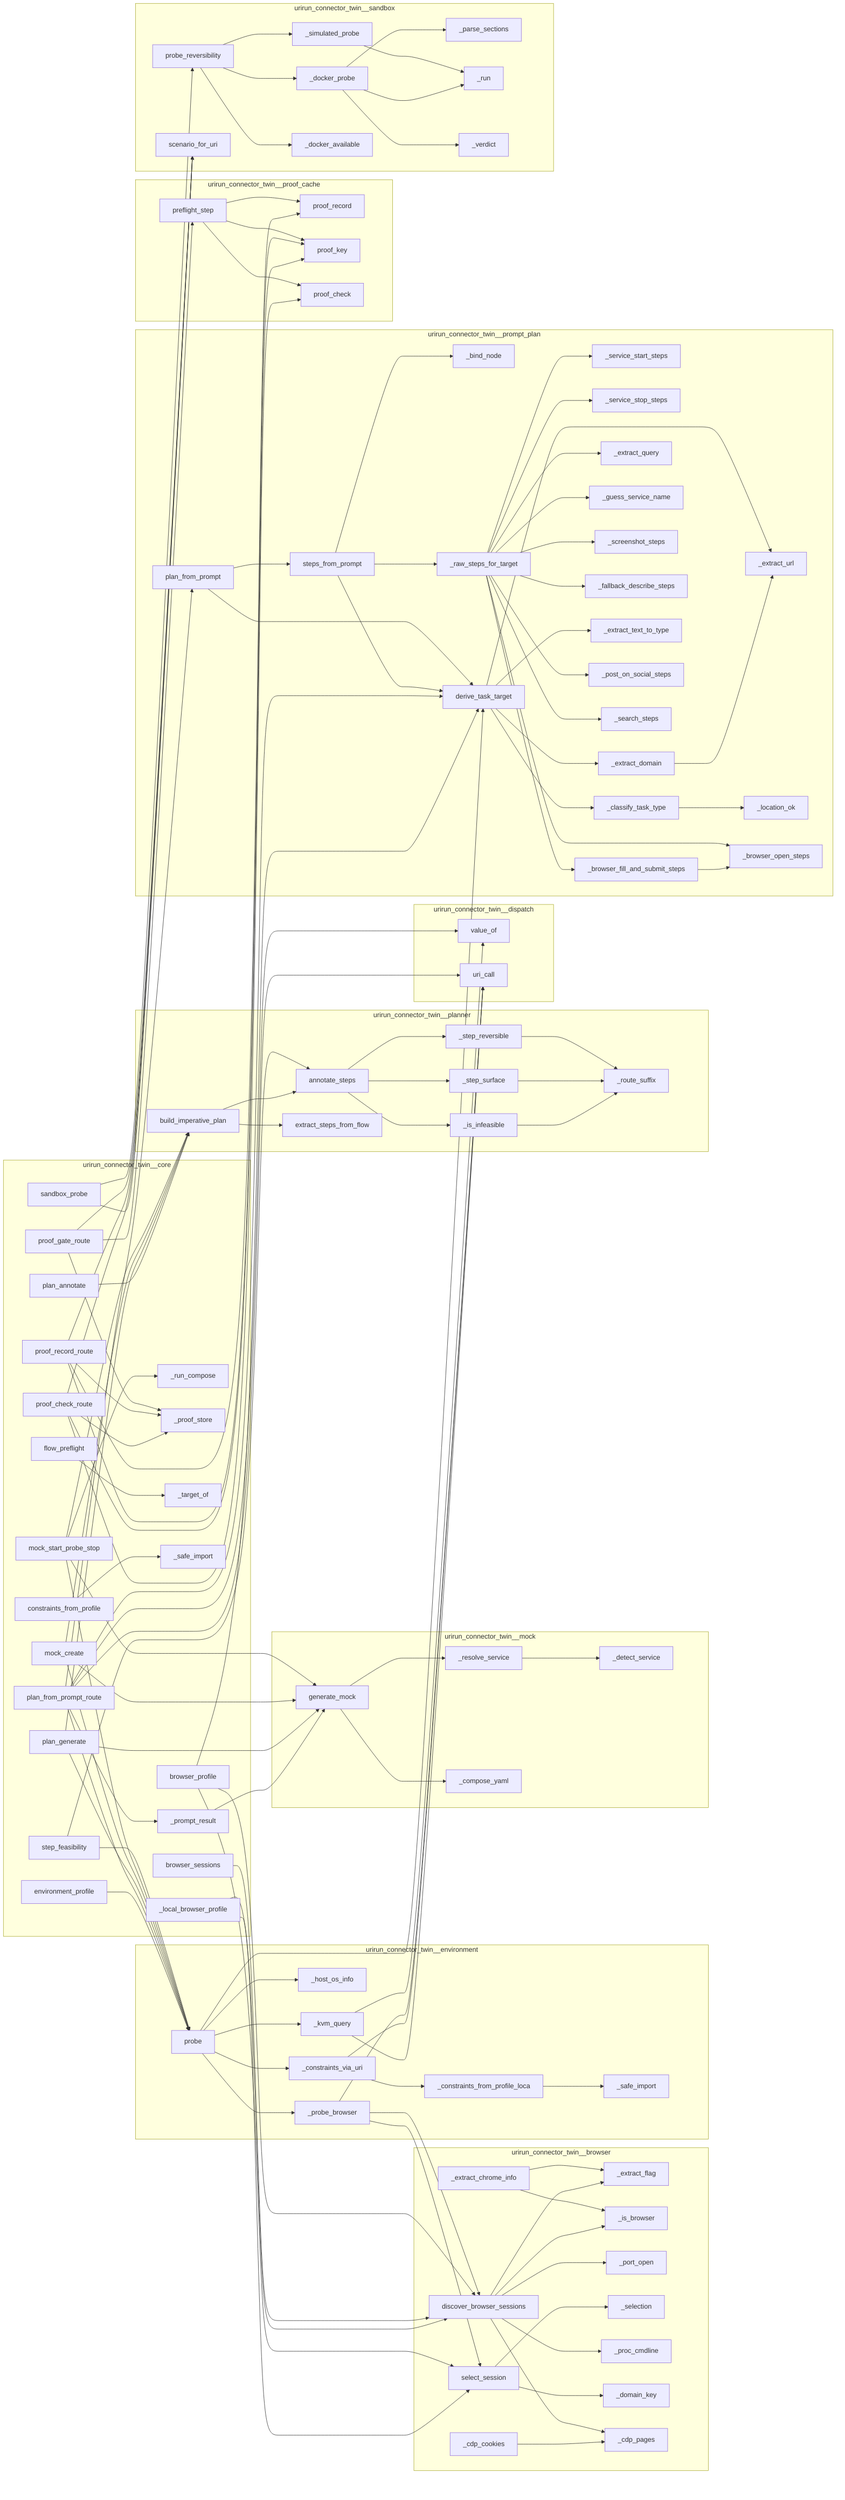
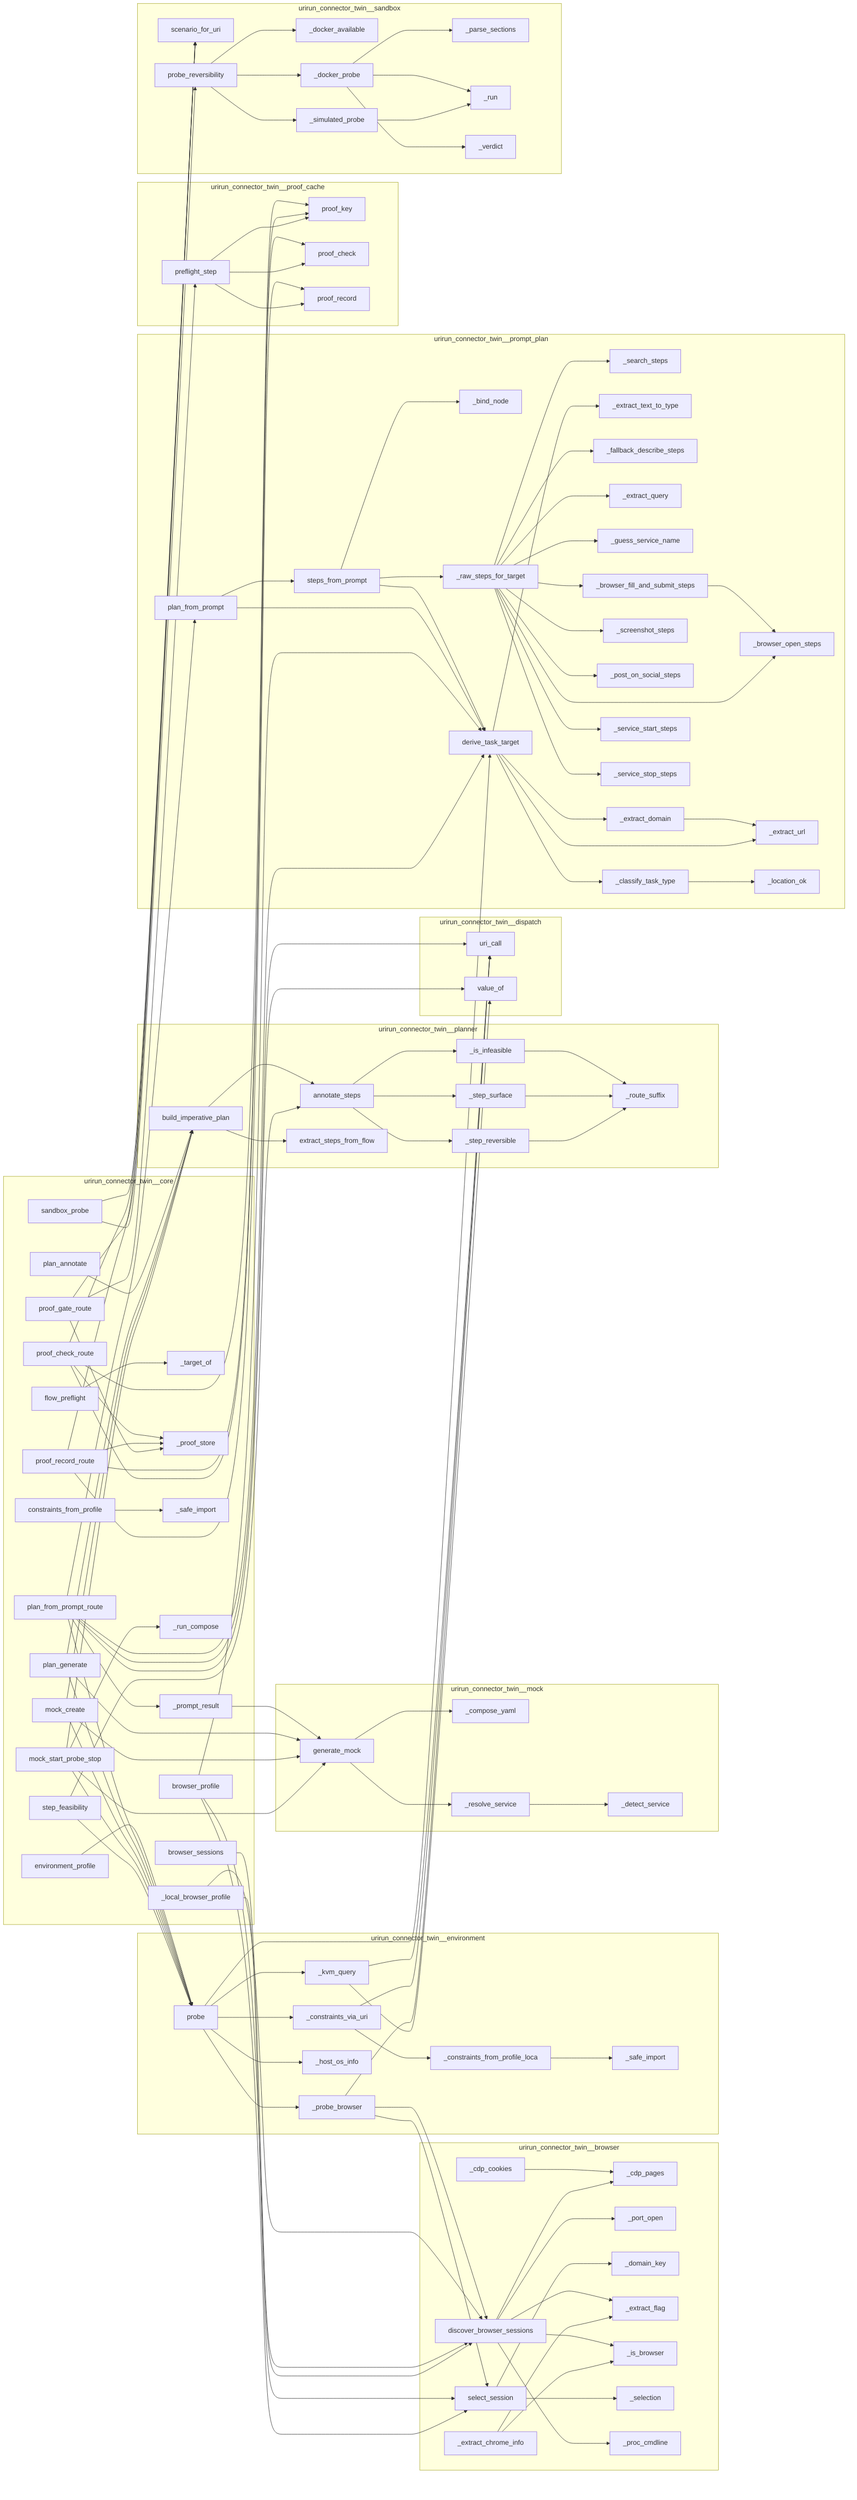
flowchart LR
%% generated in 0.00s
    subgraph urirun_connector_twin__browser
+         urirun_connector_twin__browser___cdp_pages["_cdp_pages"]
+         urirun_connector_twin__browser___port_open["_port_open"]
+         urirun_connector_twin__browser___cdp_cookies["_cdp_cookies"]
+         urirun_connector_twin__browser___domain_key["_domain_key"]
        urirun_connector_twin__browser___extract_flag["_extract_flag"]
        urirun_connector_twin__browser__select_session["select_session"]
+         urirun_connector_twin__browser__discover_browser_sessions["discover_browser_sessions"]
        urirun_connector_twin__browser___is_browser["_is_browser"]
-         urirun_connector_twin__browser___port_open["_port_open"]
+         urirun_connector_twin__browser___selection["_selection"]
        urirun_connector_twin__browser___extract_chrome_info["_extract_chrome_info"]
-         urirun_connector_twin__browser___selection["_selection"]
-         urirun_connector_twin__browser__discover_browser_sessions["discover_browser_sessions"]
        urirun_connector_twin__browser___proc_cmdline["_proc_cmdline"]
-         urirun_connector_twin__browser___domain_key["_domain_key"]
-         urirun_connector_twin__browser___cdp_cookies["_cdp_cookies"]
-         urirun_connector_twin__browser___cdp_pages["_cdp_pages"]
    end
    subgraph urirun_connector_twin__core
+         urirun_connector_twin__core___target_of["_target_of"]
+         urirun_connector_twin__core__sandbox_probe["sandbox_probe"]
+         urirun_connector_twin__core__mock_create["mock_create"]
+         urirun_connector_twin__core__browser_sessions["browser_sessions"]
+         urirun_connector_twin__core__plan_generate["plan_generate"]
+         urirun_connector_twin__core___proof_store["_proof_store"]
+         urirun_connector_twin__core__mock_start_probe_stop["mock_start_probe_stop"]
+         urirun_connector_twin__core__proof_gate_route["proof_gate_route"]
+         urirun_connector_twin__core___prompt_result["_prompt_result"]
+         urirun_connector_twin__core__browser_profile["browser_profile"]
+         urirun_connector_twin__core__constraints_from_profile["constraints_from_profile"]
+         urirun_connector_twin__core__step_feasibility["step_feasibility"]
+         urirun_connector_twin__core___safe_import["_safe_import"]
+         urirun_connector_twin__core___local_browser_profile["_local_browser_profile"]
+         urirun_connector_twin__core__proof_check_route["proof_check_route"]
        urirun_connector_twin__core__plan_annotate["plan_annotate"]
        urirun_connector_twin__core___run_compose["_run_compose"]
-         urirun_connector_twin__core___proof_store["_proof_store"]
+         urirun_connector_twin__core__flow_preflight["flow_preflight"]
+         urirun_connector_twin__core__plan_from_prompt_route["plan_from_prompt_route"]
+         urirun_connector_twin__core__environment_profile["environment_profile"]
        urirun_connector_twin__core__proof_record_route["proof_record_route"]
-         urirun_connector_twin__core__sandbox_probe["sandbox_probe"]
-         urirun_connector_twin__core__browser_profile["browser_profile"]
-         urirun_connector_twin__core___target_of["_target_of"]
-         urirun_connector_twin__core__flow_preflight["flow_preflight"]
-         urirun_connector_twin__core__plan_generate["plan_generate"]
-         urirun_connector_twin__core__constraints_from_profile["constraints_from_profile"]
-         urirun_connector_twin__core__plan_from_prompt_route["plan_from_prompt_route"]
-         urirun_connector_twin__core__proof_check_route["proof_check_route"]
-         urirun_connector_twin__core___local_browser_profile["_local_browser_profile"]
-         urirun_connector_twin__core__browser_sessions["browser_sessions"]
-         urirun_connector_twin__core__step_feasibility["step_feasibility"]
-         urirun_connector_twin__core__mock_create["mock_create"]
-         urirun_connector_twin__core___safe_import["_safe_import"]
-         urirun_connector_twin__core___prompt_result["_prompt_result"]
-         urirun_connector_twin__core__proof_gate_route["proof_gate_route"]
-         urirun_connector_twin__core__mock_start_probe_stop["mock_start_probe_stop"]
-         urirun_connector_twin__core__environment_profile["environment_profile"]
    end
    subgraph urirun_connector_twin__dispatch
+         urirun_connector_twin__dispatch__uri_call["uri_call"]
        urirun_connector_twin__dispatch__value_of["value_of"]
-         urirun_connector_twin__dispatch__uri_call["uri_call"]
    end
    subgraph urirun_connector_twin__environment
-         urirun_connector_twin__environment___constraints_from_profile_local["_constraints_from_profile_loca"]
+         urirun_connector_twin__environment___probe_browser["_probe_browser"]
        urirun_connector_twin__environment___safe_import["_safe_import"]
        urirun_connector_twin__environment___kvm_query["_kvm_query"]
+         urirun_connector_twin__environment___constraints_from_profile_local["_constraints_from_profile_loca"]
+         urirun_connector_twin__environment___constraints_via_uri["_constraints_via_uri"]
        urirun_connector_twin__environment___host_os_info["_host_os_info"]
        urirun_connector_twin__environment__probe["probe"]
-         urirun_connector_twin__environment___constraints_via_uri["_constraints_via_uri"]
-         urirun_connector_twin__environment___probe_browser["_probe_browser"]
    end
    subgraph urirun_connector_twin__mock
+         urirun_connector_twin__mock___detect_service["_detect_service"]
+         urirun_connector_twin__mock___compose_yaml["_compose_yaml"]
+         urirun_connector_twin__mock__generate_mock["generate_mock"]
        urirun_connector_twin__mock___resolve_service["_resolve_service"]
-         urirun_connector_twin__mock___detect_service["_detect_service"]
-         urirun_connector_twin__mock__generate_mock["generate_mock"]
-         urirun_connector_twin__mock___compose_yaml["_compose_yaml"]
    end
    subgraph urirun_connector_twin__planner
+         urirun_connector_twin__planner__build_imperative_plan["build_imperative_plan"]
+         urirun_connector_twin__planner__annotate_steps["annotate_steps"]
+         urirun_connector_twin__planner__extract_steps_from_flow["extract_steps_from_flow"]
        urirun_connector_twin__planner___step_surface["_step_surface"]
-         urirun_connector_twin__planner__annotate_steps["annotate_steps"]
+         urirun_connector_twin__planner___is_infeasible["_is_infeasible"]
        urirun_connector_twin__planner___route_suffix["_route_suffix"]
        urirun_connector_twin__planner___step_reversible["_step_reversible"]
-         urirun_connector_twin__planner___is_infeasible["_is_infeasible"]
-         urirun_connector_twin__planner__build_imperative_plan["build_imperative_plan"]
-         urirun_connector_twin__planner__extract_steps_from_flow["extract_steps_from_flow"]
    end
    subgraph urirun_connector_twin__prompt_plan
-         urirun_connector_twin__prompt_plan___extract_url["_extract_url"]
+         urirun_connector_twin__prompt_plan___search_steps["_search_steps"]
+         urirun_connector_twin__prompt_plan___browser_open_steps["_browser_open_steps"]
+         urirun_connector_twin__prompt_plan___extract_text_to_type["_extract_text_to_type"]
+         urirun_connector_twin__prompt_plan___fallback_describe_steps["_fallback_describe_steps"]
+         urirun_connector_twin__prompt_plan___extract_query["_extract_query"]
+         urirun_connector_twin__prompt_plan___guess_service_name["_guess_service_name"]
+         urirun_connector_twin__prompt_plan___bind_node["_bind_node"]
+         urirun_connector_twin__prompt_plan___classify_task_type["_classify_task_type"]
+         urirun_connector_twin__prompt_plan__derive_task_target["derive_task_target"]
+         urirun_connector_twin__prompt_plan___screenshot_steps["_screenshot_steps"]
+         urirun_connector_twin__prompt_plan___post_on_social_steps["_post_on_social_steps"]
+         urirun_connector_twin__prompt_plan___extract_domain["_extract_domain"]
        urirun_connector_twin__prompt_plan___service_start_steps["_service_start_steps"]
        urirun_connector_twin__prompt_plan___service_stop_steps["_service_stop_steps"]
        urirun_connector_twin__prompt_plan___browser_fill_and_submit_steps["_browser_fill_and_submit_steps"]
-         urirun_connector_twin__prompt_plan___extract_query["_extract_query"]
-         urirun_connector_twin__prompt_plan___guess_service_name["_guess_service_name"]
-         urirun_connector_twin__prompt_plan___screenshot_steps["_screenshot_steps"]
+         urirun_connector_twin__prompt_plan__plan_from_prompt["plan_from_prompt"]
        urirun_connector_twin__prompt_plan__steps_from_prompt["steps_from_prompt"]
-         urirun_connector_twin__prompt_plan___bind_node["_bind_node"]
+         urirun_connector_twin__prompt_plan___extract_url["_extract_url"]
+         urirun_connector_twin__prompt_plan___location_ok["_location_ok"]
        urirun_connector_twin__prompt_plan___raw_steps_for_target["_raw_steps_for_target"]
-         urirun_connector_twin__prompt_plan___fallback_describe_steps["_fallback_describe_steps"]
-         urirun_connector_twin__prompt_plan___extract_text_to_type["_extract_text_to_type"]
-         urirun_connector_twin__prompt_plan__plan_from_prompt["plan_from_prompt"]
-         urirun_connector_twin__prompt_plan___post_on_social_steps["_post_on_social_steps"]
-         urirun_connector_twin__prompt_plan___location_ok["_location_ok"]
-         urirun_connector_twin__prompt_plan___search_steps["_search_steps"]
-         urirun_connector_twin__prompt_plan___classify_task_type["_classify_task_type"]
-         urirun_connector_twin__prompt_plan__derive_task_target["derive_task_target"]
-         urirun_connector_twin__prompt_plan___browser_open_steps["_browser_open_steps"]
-         urirun_connector_twin__prompt_plan___extract_domain["_extract_domain"]
    end
    subgraph urirun_connector_twin__proof_cache
+         urirun_connector_twin__proof_cache__proof_key["proof_key"]
+         urirun_connector_twin__proof_cache__proof_check["proof_check"]
        urirun_connector_twin__proof_cache__proof_record["proof_record"]
-         urirun_connector_twin__proof_cache__proof_key["proof_key"]
        urirun_connector_twin__proof_cache__preflight_step["preflight_step"]
-         urirun_connector_twin__proof_cache__proof_check["proof_check"]
    end
    subgraph urirun_connector_twin__sandbox
+         urirun_connector_twin__sandbox___docker_available["_docker_available"]
        urirun_connector_twin__sandbox___parse_sections["_parse_sections"]
+         urirun_connector_twin__sandbox__scenario_for_uri["scenario_for_uri"]
        urirun_connector_twin__sandbox___simulated_probe["_simulated_probe"]
+         urirun_connector_twin__sandbox___run["_run"]
+         urirun_connector_twin__sandbox___verdict["_verdict"]
        urirun_connector_twin__sandbox__probe_reversibility["probe_reversibility"]
        urirun_connector_twin__sandbox___docker_probe["_docker_probe"]
-         urirun_connector_twin__sandbox___docker_available["_docker_available"]
-         urirun_connector_twin__sandbox___run["_run"]
-         urirun_connector_twin__sandbox___verdict["_verdict"]
-         urirun_connector_twin__sandbox__scenario_for_uri["scenario_for_uri"]
    end
    urirun_connector_twin__sandbox___docker_probe --> urirun_connector_twin__sandbox___run
    urirun_connector_twin__sandbox___docker_probe --> urirun_connector_twin__sandbox___parse_sections
    urirun_connector_twin__sandbox___docker_probe --> urirun_connector_twin__sandbox___verdict
    urirun_connector_twin__sandbox___simulated_probe --> urirun_connector_twin__sandbox___run
    urirun_connector_twin__sandbox__probe_reversibility --> urirun_connector_twin__sandbox___docker_available
    urirun_connector_twin__sandbox__probe_reversibility --> urirun_connector_twin__sandbox___docker_probe
    urirun_connector_twin__sandbox__probe_reversibility --> urirun_connector_twin__sandbox___simulated_probe
    urirun_connector_twin__mock___resolve_service --> urirun_connector_twin__mock___detect_service
    urirun_connector_twin__mock__generate_mock --> urirun_connector_twin__mock___resolve_service
    urirun_connector_twin__mock__generate_mock --> urirun_connector_twin__mock___compose_yaml
    urirun_connector_twin__browser___cdp_cookies --> urirun_connector_twin__browser___cdp_pages
    urirun_connector_twin__browser__discover_browser_sessions --> urirun_connector_twin__browser___proc_cmdline
    urirun_connector_twin__browser__discover_browser_sessions --> urirun_connector_twin__browser___extract_flag
    urirun_connector_twin__browser__discover_browser_sessions --> urirun_connector_twin__browser___port_open
    urirun_connector_twin__browser__discover_browser_sessions --> urirun_connector_twin__browser___is_browser
    urirun_connector_twin__browser__discover_browser_sessions --> urirun_connector_twin__browser___cdp_pages
    urirun_connector_twin__browser__select_session --> urirun_connector_twin__browser___domain_key
    urirun_connector_twin__browser__select_session --> urirun_connector_twin__browser___selection
    urirun_connector_twin__browser___extract_chrome_info --> urirun_connector_twin__browser___extract_flag
    urirun_connector_twin__browser___extract_chrome_info --> urirun_connector_twin__browser___is_browser
    urirun_connector_twin__planner___is_infeasible --> urirun_connector_twin__planner___route_suffix
    urirun_connector_twin__planner___step_surface --> urirun_connector_twin__planner___route_suffix
    urirun_connector_twin__planner___step_reversible --> urirun_connector_twin__planner___route_suffix
    urirun_connector_twin__planner__annotate_steps --> urirun_connector_twin__planner___is_infeasible
    urirun_connector_twin__planner__annotate_steps --> urirun_connector_twin__planner___step_reversible
    urirun_connector_twin__planner__annotate_steps --> urirun_connector_twin__planner___step_surface
    urirun_connector_twin__planner__build_imperative_plan --> urirun_connector_twin__planner__extract_steps_from_flow
    urirun_connector_twin__planner__build_imperative_plan --> urirun_connector_twin__planner__annotate_steps
+     urirun_connector_twin__prompt_plan___extract_domain --> urirun_connector_twin__prompt_plan___extract_url
+     urirun_connector_twin__prompt_plan___browser_fill_and_submit_steps --> urirun_connector_twin__prompt_plan___browser_open_steps
+     urirun_connector_twin__prompt_plan___classify_task_type --> urirun_connector_twin__prompt_plan___location_ok
+     urirun_connector_twin__prompt_plan__derive_task_target --> urirun_connector_twin__prompt_plan___extract_domain
+     urirun_connector_twin__prompt_plan__derive_task_target --> urirun_connector_twin__prompt_plan___extract_url
+     urirun_connector_twin__prompt_plan__derive_task_target --> urirun_connector_twin__prompt_plan___extract_text_to_type
+     urirun_connector_twin__prompt_plan__derive_task_target --> urirun_connector_twin__prompt_plan___classify_task_type
+     urirun_connector_twin__prompt_plan___raw_steps_for_target --> urirun_connector_twin__prompt_plan___fallback_describe_steps
+     urirun_connector_twin__prompt_plan___raw_steps_for_target --> urirun_connector_twin__prompt_plan___post_on_social_steps
+     urirun_connector_twin__prompt_plan___raw_steps_for_target --> urirun_connector_twin__prompt_plan___search_steps
+     urirun_connector_twin__prompt_plan___raw_steps_for_target --> urirun_connector_twin__prompt_plan___browser_fill_and_submit_steps
+     urirun_connector_twin__prompt_plan___raw_steps_for_target --> urirun_connector_twin__prompt_plan___browser_open_steps
+     urirun_connector_twin__prompt_plan___raw_steps_for_target --> urirun_connector_twin__prompt_plan___screenshot_steps
+     urirun_connector_twin__prompt_plan___raw_steps_for_target --> urirun_connector_twin__prompt_plan___service_start_steps
+     urirun_connector_twin__prompt_plan___raw_steps_for_target --> urirun_connector_twin__prompt_plan___service_stop_steps
+     urirun_connector_twin__prompt_plan___raw_steps_for_target --> urirun_connector_twin__prompt_plan___extract_query
+     urirun_connector_twin__prompt_plan___raw_steps_for_target --> urirun_connector_twin__prompt_plan___guess_service_name
+     urirun_connector_twin__prompt_plan__steps_from_prompt --> urirun_connector_twin__prompt_plan___bind_node
+     urirun_connector_twin__prompt_plan__steps_from_prompt --> urirun_connector_twin__prompt_plan___raw_steps_for_target
+     urirun_connector_twin__prompt_plan__steps_from_prompt --> urirun_connector_twin__prompt_plan__derive_task_target
+     urirun_connector_twin__prompt_plan__plan_from_prompt --> urirun_connector_twin__prompt_plan__derive_task_target
+     urirun_connector_twin__prompt_plan__plan_from_prompt --> urirun_connector_twin__prompt_plan__steps_from_prompt
    urirun_connector_twin__core___local_browser_profile --> urirun_connector_twin__browser__discover_browser_sessions
    urirun_connector_twin__core___local_browser_profile --> urirun_connector_twin__browser__select_session
    urirun_connector_twin__core___prompt_result --> urirun_connector_twin__mock__generate_mock
    urirun_connector_twin__core__environment_profile --> urirun_connector_twin__environment__probe
    urirun_connector_twin__core__constraints_from_profile --> urirun_connector_twin__core___safe_import
    urirun_connector_twin__core__browser_sessions --> urirun_connector_twin__browser__discover_browser_sessions
    urirun_connector_twin__core__browser_profile --> urirun_connector_twin__browser__discover_browser_sessions
    urirun_connector_twin__core__browser_profile --> urirun_connector_twin__browser__select_session
    urirun_connector_twin__core__browser_profile --> urirun_connector_twin__prompt_plan__derive_task_target
    urirun_connector_twin__core__plan_from_prompt_route --> urirun_connector_twin__prompt_plan__derive_task_target
    urirun_connector_twin__core__plan_from_prompt_route --> urirun_connector_twin__prompt_plan__plan_from_prompt
    urirun_connector_twin__core__plan_from_prompt_route --> urirun_connector_twin__dispatch__uri_call
    urirun_connector_twin__core__plan_from_prompt_route --> urirun_connector_twin__core___prompt_result
    urirun_connector_twin__core__plan_from_prompt_route --> urirun_connector_twin__dispatch__value_of
    urirun_connector_twin__core__plan_from_prompt_route --> urirun_connector_twin__environment__probe
    urirun_connector_twin__core__plan_annotate --> urirun_connector_twin__planner__build_imperative_plan
    urirun_connector_twin__core__plan_generate --> urirun_connector_twin__environment__probe
    urirun_connector_twin__core__plan_generate --> urirun_connector_twin__planner__build_imperative_plan
    urirun_connector_twin__core__plan_generate --> urirun_connector_twin__mock__generate_mock
    urirun_connector_twin__core__mock_create --> urirun_connector_twin__environment__probe
    urirun_connector_twin__core__mock_create --> urirun_connector_twin__planner__build_imperative_plan
    urirun_connector_twin__core__mock_create --> urirun_connector_twin__mock__generate_mock
    urirun_connector_twin__core__mock_start_probe_stop --> urirun_connector_twin__environment__probe
    urirun_connector_twin__core__mock_start_probe_stop --> urirun_connector_twin__planner__build_imperative_plan
    urirun_connector_twin__core__mock_start_probe_stop --> urirun_connector_twin__mock__generate_mock
    urirun_connector_twin__core__mock_start_probe_stop --> urirun_connector_twin__core___run_compose
    urirun_connector_twin__core__step_feasibility --> urirun_connector_twin__environment__probe
    urirun_connector_twin__core__step_feasibility --> urirun_connector_twin__planner__annotate_steps
    urirun_connector_twin__core__sandbox_probe --> urirun_connector_twin__sandbox__probe_reversibility
    urirun_connector_twin__core__sandbox_probe --> urirun_connector_twin__sandbox__scenario_for_uri
    urirun_connector_twin__core__proof_check_route --> urirun_connector_twin__proof_cache__proof_key
    urirun_connector_twin__core__proof_check_route --> urirun_connector_twin__proof_cache__proof_check
    urirun_connector_twin__core__proof_check_route --> urirun_connector_twin__sandbox__scenario_for_uri
    urirun_connector_twin__core__proof_check_route --> urirun_connector_twin__core___proof_store
    urirun_connector_twin__core__proof_record_route --> urirun_connector_twin__sandbox__scenario_for_uri
    urirun_connector_twin__core__proof_record_route --> urirun_connector_twin__proof_cache__proof_key
    urirun_connector_twin__core__proof_record_route --> urirun_connector_twin__proof_cache__proof_record
    urirun_connector_twin__core__proof_record_route --> urirun_connector_twin__core___proof_store
    urirun_connector_twin__core__proof_gate_route --> urirun_connector_twin__proof_cache__preflight_step
    urirun_connector_twin__core__proof_gate_route --> urirun_connector_twin__sandbox__scenario_for_uri
    urirun_connector_twin__core__proof_gate_route --> urirun_connector_twin__core___proof_store
    urirun_connector_twin__core__flow_preflight --> urirun_connector_twin__core___target_of
    urirun_connector_twin__environment___kvm_query --> urirun_connector_twin__dispatch__uri_call
    urirun_connector_twin__environment___kvm_query --> urirun_connector_twin__dispatch__value_of
    urirun_connector_twin__environment___constraints_from_profile_local --> urirun_connector_twin__environment___safe_import
    urirun_connector_twin__environment___constraints_via_uri --> urirun_connector_twin__dispatch__uri_call
    urirun_connector_twin__environment___constraints_via_uri --> urirun_connector_twin__environment___constraints_from_profile_local
    urirun_connector_twin__environment___probe_browser --> urirun_connector_twin__dispatch__uri_call
    urirun_connector_twin__environment___probe_browser --> urirun_connector_twin__browser__select_session
    urirun_connector_twin__environment___probe_browser --> urirun_connector_twin__browser__discover_browser_sessions
    urirun_connector_twin__environment__probe --> urirun_connector_twin__environment___host_os_info
    urirun_connector_twin__environment__probe --> urirun_connector_twin__environment___constraints_via_uri
    urirun_connector_twin__environment__probe --> urirun_connector_twin__environment___probe_browser
    urirun_connector_twin__environment__probe --> urirun_connector_twin__environment___kvm_query
    urirun_connector_twin__environment__probe --> urirun_connector_twin__prompt_plan__derive_task_target
    urirun_connector_twin__proof_cache__preflight_step --> urirun_connector_twin__proof_cache__proof_key
    urirun_connector_twin__proof_cache__preflight_step --> urirun_connector_twin__proof_cache__proof_check
    urirun_connector_twin__proof_cache__preflight_step --> urirun_connector_twin__proof_cache__proof_record
-     urirun_connector_twin__prompt_plan___extract_domain --> urirun_connector_twin__prompt_plan___extract_url
-     urirun_connector_twin__prompt_plan___browser_fill_and_submit_steps --> urirun_connector_twin__prompt_plan___browser_open_steps
-     urirun_connector_twin__prompt_plan___classify_task_type --> urirun_connector_twin__prompt_plan___location_ok
-     urirun_connector_twin__prompt_plan__derive_task_target --> urirun_connector_twin__prompt_plan___extract_domain
-     urirun_connector_twin__prompt_plan__derive_task_target --> urirun_connector_twin__prompt_plan___extract_url
-     urirun_connector_twin__prompt_plan__derive_task_target --> urirun_connector_twin__prompt_plan___extract_text_to_type
-     urirun_connector_twin__prompt_plan__derive_task_target --> urirun_connector_twin__prompt_plan___classify_task_type
-     urirun_connector_twin__prompt_plan___raw_steps_for_target --> urirun_connector_twin__prompt_plan___fallback_describe_steps
-     urirun_connector_twin__prompt_plan___raw_steps_for_target --> urirun_connector_twin__prompt_plan___post_on_social_steps
-     urirun_connector_twin__prompt_plan___raw_steps_for_target --> urirun_connector_twin__prompt_plan___search_steps
-     urirun_connector_twin__prompt_plan___raw_steps_for_target --> urirun_connector_twin__prompt_plan___browser_fill_and_submit_steps
-     urirun_connector_twin__prompt_plan___raw_steps_for_target --> urirun_connector_twin__prompt_plan___browser_open_steps
-     urirun_connector_twin__prompt_plan___raw_steps_for_target --> urirun_connector_twin__prompt_plan___screenshot_steps
-     urirun_connector_twin__prompt_plan___raw_steps_for_target --> urirun_connector_twin__prompt_plan___service_start_steps
-     urirun_connector_twin__prompt_plan___raw_steps_for_target --> urirun_connector_twin__prompt_plan___service_stop_steps
-     urirun_connector_twin__prompt_plan___raw_steps_for_target --> urirun_connector_twin__prompt_plan___extract_query
-     urirun_connector_twin__prompt_plan___raw_steps_for_target --> urirun_connector_twin__prompt_plan___guess_service_name
-     urirun_connector_twin__prompt_plan__steps_from_prompt --> urirun_connector_twin__prompt_plan___bind_node
-     urirun_connector_twin__prompt_plan__steps_from_prompt --> urirun_connector_twin__prompt_plan___raw_steps_for_target
-     urirun_connector_twin__prompt_plan__steps_from_prompt --> urirun_connector_twin__prompt_plan__derive_task_target
-     urirun_connector_twin__prompt_plan__plan_from_prompt --> urirun_connector_twin__prompt_plan__derive_task_target
-     urirun_connector_twin__prompt_plan__plan_from_prompt --> urirun_connector_twin__prompt_plan__steps_from_prompt
